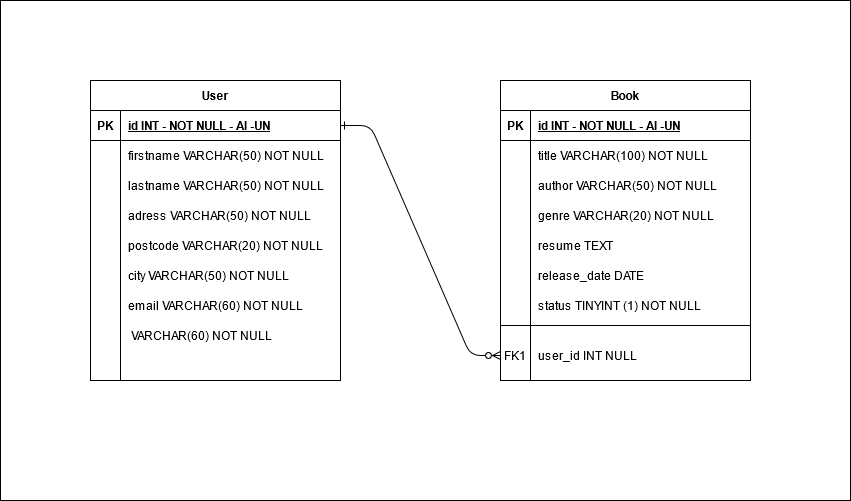
AxelJarni/PageTurn keeps this draw.io diagram as doc/PageTurnSQLDiagram.png. Above is the earlier version. Source tidied: cells renumbered, new cells last; positions are measured from the earlier drawing's top-left corner, leaving out a move shared by most shapes. The source it was exported from:
```xml
<mxGraphModel>
  <root>
    <mxCell id="0" />
    <mxCell id="1" parent="0" />
    <mxCell id="2" style="rounded=0;whiteSpace=wrap;html=1;strokeWidth=1;" parent="1" vertex="1">
      <mxGeometry width="850" height="500" as="geometry" />
    </mxCell>
    <mxCell id="3" style="edgeStyle=entityRelationEdgeStyle;endArrow=ERzeroToMany;startArrow=ERone;endFill=1;startFill=0;" parent="1" edge="1" source="33" target="29">
      <mxGeometry relative="1" as="geometry" />
    </mxCell>
    <mxCell id="4" value="Book" style="shape=table;startSize=30;rowLines=0;fontStyle=1;align=center;" parent="1" vertex="1">
      <mxGeometry x="500" y="80" width="250" height="300" as="geometry" />
    </mxCell>
    <mxCell id="5" style="shape=partialRectangle;fillColor=none;top=0;left=0;right=0;bottom=1;" parent="4" vertex="1">
      <mxGeometry y="30" width="250" height="30" as="geometry" />
    </mxCell>
    <mxCell id="6" value="PK" style="shape=partialRectangle;overflow=hidden;fillColor=none;top=0;left=0;bottom=0;right=0;fontStyle=1;" parent="5" vertex="1">
      <mxGeometry width="30" height="30" as="geometry" />
    </mxCell>
    <mxCell id="7" value="id INT - NOT NULL - AI -UN" style="shape=partialRectangle;overflow=hidden;fillColor=none;top=0;left=0;bottom=0;right=0;align=left;spacingLeft=6;fontStyle=5;" parent="5" vertex="1">
      <mxGeometry x="30" width="220" height="30" as="geometry" />
    </mxCell>
    <mxCell id="8" style="shape=partialRectangle;fillColor=none;top=0;left=0;right=0;bottom=0;" parent="4" vertex="1">
      <mxGeometry y="60" width="250" height="30" as="geometry" />
    </mxCell>
    <mxCell id="9" style="shape=partialRectangle;overflow=hidden;fillColor=none;top=0;left=0;bottom=0;right=0;" parent="8" vertex="1">
      <mxGeometry width="30" height="30" as="geometry" />
    </mxCell>
    <mxCell id="10" value="title VARCHAR(100) NOT NULL" style="shape=partialRectangle;overflow=hidden;fillColor=none;top=0;left=0;bottom=0;right=0;align=left;spacingLeft=6;" parent="8" vertex="1">
      <mxGeometry x="30" width="220" height="30" as="geometry" />
    </mxCell>
    <mxCell id="11" style="shape=partialRectangle;fillColor=none;top=0;left=0;right=0;bottom=0;" parent="4" vertex="1">
      <mxGeometry y="90" width="250" height="30" as="geometry" />
    </mxCell>
    <mxCell id="12" style="shape=partialRectangle;overflow=hidden;fillColor=none;top=0;left=0;bottom=0;right=0;" parent="11" vertex="1">
      <mxGeometry width="30" height="30" as="geometry" />
    </mxCell>
    <mxCell id="13" value="author VARCHAR(50) NOT NULL" style="shape=partialRectangle;overflow=hidden;fillColor=none;top=0;left=0;bottom=0;right=0;align=left;spacingLeft=6;" parent="11" vertex="1">
      <mxGeometry x="30" width="220" height="30" as="geometry" />
    </mxCell>
    <mxCell id="14" style="shape=partialRectangle;fillColor=none;top=0;left=0;right=0;bottom=0;" parent="4" vertex="1">
      <mxGeometry y="120" width="250" height="30" as="geometry" />
    </mxCell>
    <mxCell id="15" style="shape=partialRectangle;overflow=hidden;fillColor=none;top=0;left=0;bottom=0;right=0;" parent="14" vertex="1">
      <mxGeometry width="30" height="30" as="geometry" />
    </mxCell>
    <mxCell id="16" value="genre VARCHAR(20) NOT NULL" style="shape=partialRectangle;overflow=hidden;fillColor=none;top=0;left=0;bottom=0;right=0;align=left;spacingLeft=6;" parent="14" vertex="1">
      <mxGeometry x="30" width="220" height="30" as="geometry" />
    </mxCell>
    <mxCell id="17" style="shape=partialRectangle;fillColor=none;top=0;left=0;right=0;bottom=0;" parent="4" vertex="1">
      <mxGeometry y="150" width="250" height="30" as="geometry" />
    </mxCell>
    <mxCell id="18" style="shape=partialRectangle;overflow=hidden;fillColor=none;top=0;left=0;bottom=0;right=0;" parent="17" vertex="1">
      <mxGeometry width="30" height="30" as="geometry" />
    </mxCell>
    <mxCell id="19" value="resume TEXT" style="shape=partialRectangle;overflow=hidden;fillColor=none;top=0;left=0;bottom=0;right=0;align=left;spacingLeft=6;" parent="17" vertex="1">
      <mxGeometry x="30" width="220" height="30" as="geometry" />
    </mxCell>
    <mxCell id="20" style="shape=partialRectangle;fillColor=none;top=0;left=0;right=0;bottom=0;" parent="4" vertex="1">
      <mxGeometry y="180" width="250" height="30" as="geometry" />
    </mxCell>
    <mxCell id="21" style="shape=partialRectangle;overflow=hidden;fillColor=none;top=0;left=0;bottom=0;right=0;" parent="20" vertex="1">
      <mxGeometry width="30" height="30" as="geometry" />
    </mxCell>
    <mxCell id="22" value="release_date DATE" style="shape=partialRectangle;overflow=hidden;fillColor=none;top=0;left=0;bottom=0;right=0;align=left;spacingLeft=6;" parent="20" vertex="1">
      <mxGeometry x="30" width="220" height="30" as="geometry" />
    </mxCell>
    <mxCell id="23" style="shape=partialRectangle;fillColor=none;top=0;left=0;right=0;bottom=0;" parent="4" vertex="1">
      <mxGeometry y="210" width="250" height="30" as="geometry" />
    </mxCell>
    <mxCell id="24" style="shape=partialRectangle;overflow=hidden;fillColor=none;top=0;left=0;bottom=0;right=0;" parent="23" vertex="1">
      <mxGeometry width="30" height="30" as="geometry" />
    </mxCell>
    <mxCell id="25" value="status TINYINT (1) NOT NULL" style="shape=partialRectangle;overflow=hidden;fillColor=none;top=0;left=0;bottom=0;right=0;align=left;spacingLeft=6;" parent="23" vertex="1">
      <mxGeometry x="30" width="220" height="30" as="geometry" />
    </mxCell>
    <mxCell id="26" style="shape=partialRectangle;fillColor=none;top=0;left=0;right=0;bottom=0;" parent="4" vertex="1">
      <mxGeometry y="240" width="250" height="20" as="geometry" />
    </mxCell>
    <mxCell id="27" style="shape=partialRectangle;overflow=hidden;fillColor=none;top=0;left=0;bottom=0;right=0;" parent="26" vertex="1">
      <mxGeometry width="30" height="20" as="geometry" />
    </mxCell>
    <mxCell id="28" style="shape=partialRectangle;overflow=hidden;fillColor=none;top=0;left=0;bottom=0;right=0;align=left;spacingLeft=6;" parent="26" vertex="1">
      <mxGeometry x="30" width="220" height="20" as="geometry" />
    </mxCell>
    <mxCell id="29" style="shape=partialRectangle;fillColor=none;points=[[0,0.5],[1,0.5]];portConstraint=eastwest;top=0;left=0;right=0;bottom=0;" parent="4" vertex="1">
      <mxGeometry y="260" width="250" height="30" as="geometry" />
    </mxCell>
    <mxCell id="30" value="FK1" style="shape=partialRectangle;overflow=hidden;fillColor=none;top=0;left=0;bottom=0;right=0;" parent="29" vertex="1">
      <mxGeometry width="30" height="30" as="geometry" />
    </mxCell>
    <mxCell id="31" value="user_id INT NULL" style="shape=partialRectangle;overflow=hidden;fillColor=none;top=0;left=0;bottom=0;right=0;align=left;spacingLeft=6;" parent="29" vertex="1">
      <mxGeometry x="30" width="220" height="30" as="geometry" />
    </mxCell>
    <mxCell id="32" value="User" style="shape=table;startSize=30;rowLines=0;fontStyle=1;align=center;" parent="1" vertex="1">
      <mxGeometry x="90" y="80" width="250" height="300" as="geometry" />
    </mxCell>
    <mxCell id="33" style="shape=partialRectangle;fillColor=none;points=[[0,0.5],[1,0.5]];portConstraint=eastwest;top=0;left=0;right=0;bottom=1;" parent="32" vertex="1">
      <mxGeometry y="30" width="250" height="30" as="geometry" />
    </mxCell>
    <mxCell id="34" value="PK" style="shape=partialRectangle;overflow=hidden;fillColor=none;top=0;left=0;bottom=0;right=0;fontStyle=1;" parent="33" vertex="1">
      <mxGeometry width="30" height="30" as="geometry" />
    </mxCell>
    <mxCell id="35" value="id INT - NOT NULL - AI -UN" style="shape=partialRectangle;overflow=hidden;fillColor=none;top=0;left=0;bottom=0;right=0;align=left;spacingLeft=6;fontStyle=5;" parent="33" vertex="1">
      <mxGeometry x="30" width="220" height="30" as="geometry" />
    </mxCell>
    <mxCell id="36" style="shape=partialRectangle;fillColor=none;top=0;left=0;right=0;bottom=0;" parent="32" vertex="1">
      <mxGeometry y="60" width="250" height="30" as="geometry" />
    </mxCell>
    <mxCell id="37" style="shape=partialRectangle;overflow=hidden;fillColor=none;top=0;left=0;bottom=0;right=0;" parent="36" vertex="1">
      <mxGeometry width="30" height="30" as="geometry" />
    </mxCell>
    <mxCell id="38" value="firstname VARCHAR(50) NOT NULL" style="shape=partialRectangle;overflow=hidden;fillColor=none;top=0;left=0;bottom=0;right=0;align=left;spacingLeft=6;" parent="36" vertex="1">
      <mxGeometry x="30" width="220" height="30" as="geometry" />
    </mxCell>
    <mxCell id="39" style="shape=partialRectangle;fillColor=none;top=0;left=0;right=0;bottom=0;" parent="32" vertex="1">
      <mxGeometry y="90" width="250" height="30" as="geometry" />
    </mxCell>
    <mxCell id="40" style="shape=partialRectangle;overflow=hidden;fillColor=none;top=0;left=0;bottom=0;right=0;" parent="39" vertex="1">
      <mxGeometry width="30" height="30" as="geometry" />
    </mxCell>
    <mxCell id="41" value="lastname VARCHAR(50) NOT NULL" style="shape=partialRectangle;overflow=hidden;fillColor=none;top=0;left=0;bottom=0;right=0;align=left;spacingLeft=6;" parent="39" vertex="1">
      <mxGeometry x="30" width="220" height="30" as="geometry" />
    </mxCell>
    <mxCell id="42" style="shape=partialRectangle;fillColor=none;top=0;left=0;right=0;bottom=0;" parent="32" vertex="1">
      <mxGeometry y="120" width="250" height="30" as="geometry" />
    </mxCell>
    <mxCell id="43" style="shape=partialRectangle;overflow=hidden;fillColor=none;top=0;left=0;bottom=0;right=0;" parent="42" vertex="1">
      <mxGeometry width="30" height="30" as="geometry" />
    </mxCell>
    <mxCell id="44" value="adress VARCHAR(50) NOT NULL" style="shape=partialRectangle;overflow=hidden;fillColor=none;top=0;left=0;bottom=0;right=0;align=left;spacingLeft=6;" parent="42" vertex="1">
      <mxGeometry x="30" width="220" height="30" as="geometry" />
    </mxCell>
    <mxCell id="45" style="shape=partialRectangle;fillColor=none;top=0;left=0;right=0;bottom=0;" parent="32" vertex="1">
      <mxGeometry y="150" width="250" height="30" as="geometry" />
    </mxCell>
    <mxCell id="46" style="shape=partialRectangle;overflow=hidden;fillColor=none;top=0;left=0;bottom=0;right=0;" parent="45" vertex="1">
      <mxGeometry width="30" height="30" as="geometry" />
    </mxCell>
    <mxCell id="47" value="postcode VARCHAR(20) NOT NULL" style="shape=partialRectangle;overflow=hidden;fillColor=none;top=0;left=0;bottom=0;right=0;align=left;spacingLeft=6;" parent="45" vertex="1">
      <mxGeometry x="30" width="220" height="30" as="geometry" />
    </mxCell>
    <mxCell id="48" style="shape=partialRectangle;fillColor=none;top=0;left=0;right=0;bottom=0;" parent="32" vertex="1">
      <mxGeometry y="180" width="250" height="30" as="geometry" />
    </mxCell>
    <mxCell id="49" style="shape=partialRectangle;overflow=hidden;fillColor=none;top=0;left=0;bottom=0;right=0;" parent="48" vertex="1">
      <mxGeometry width="30" height="30" as="geometry" />
    </mxCell>
    <mxCell id="50" value="city VARCHAR(50) NOT NULL" style="shape=partialRectangle;overflow=hidden;fillColor=none;top=0;left=0;bottom=0;right=0;align=left;spacingLeft=6;" parent="48" vertex="1">
      <mxGeometry x="30" width="220" height="30" as="geometry" />
    </mxCell>
    <mxCell id="51" style="shape=partialRectangle;fillColor=none;top=0;left=0;right=0;bottom=0;" parent="32" vertex="1">
      <mxGeometry y="210" width="250" height="30" as="geometry" />
    </mxCell>
    <mxCell id="52" style="shape=partialRectangle;overflow=hidden;fillColor=none;top=0;left=0;bottom=0;right=0;" parent="51" vertex="1">
      <mxGeometry width="30" height="30" as="geometry" />
    </mxCell>
    <mxCell id="53" value="email VARCHAR(60) NOT NULL" style="shape=partialRectangle;overflow=hidden;fillColor=none;top=0;left=0;bottom=0;right=0;align=left;spacingLeft=6;" parent="51" vertex="1">
      <mxGeometry x="30" width="220" height="30" as="geometry" />
    </mxCell>
    <mxCell id="54" style="shape=partialRectangle;fillColor=none;top=0;left=0;right=0;bottom=0;" parent="32" vertex="1">
      <mxGeometry y="240" width="250" height="30" as="geometry" />
    </mxCell>
    <mxCell id="55" style="shape=partialRectangle;overflow=hidden;fillColor=none;top=0;left=0;bottom=0;right=0;" parent="54" vertex="1">
      <mxGeometry width="30" height="30" as="geometry" />
    </mxCell>
    <mxCell id="56" value=" VARCHAR(60) NOT NULL" style="shape=partialRectangle;overflow=hidden;fillColor=none;top=0;left=0;bottom=0;right=0;align=left;spacingLeft=6;" parent="54" vertex="1">
      <mxGeometry x="30" width="220" height="30" as="geometry" />
    </mxCell>
    <mxCell id="57" style="line;strokeWidth=1;html=1;" parent="1" vertex="1">
      <mxGeometry x="500" y="320" width="250" height="10" as="geometry" />
    </mxCell>
  </root>
</mxGraphModel>
```
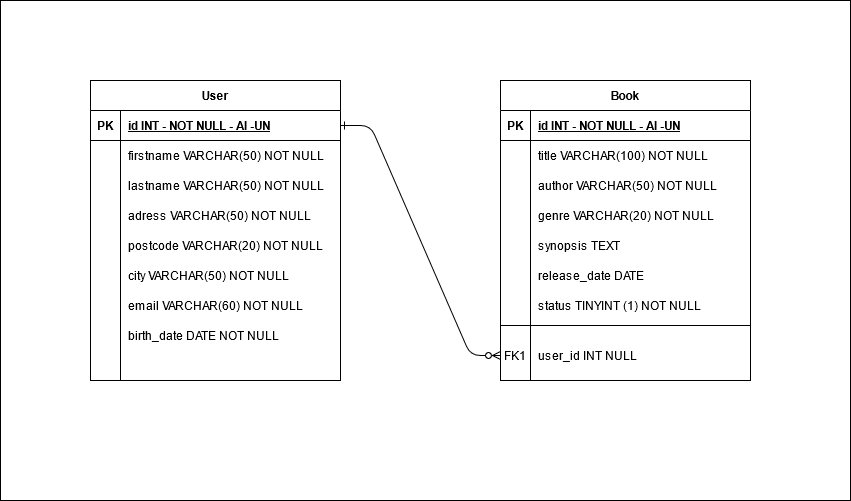
The same diagram one commit later.

Change to the diagram source:
```diff
@@ -53,7 +53,7 @@
     <mxCell id="18" style="shape=partialRectangle;overflow=hidden;fillColor=none;top=0;left=0;bottom=0;right=0;" parent="17" vertex="1">
       <mxGeometry width="30" height="30" as="geometry" />
     </mxCell>
-    <mxCell id="19" value="resume TEXT" style="shape=partialRectangle;overflow=hidden;fillColor=none;top=0;left=0;bottom=0;right=0;align=left;spacingLeft=6;" parent="17" vertex="1">
+    <mxCell id="19" value="synopsis TEXT" style="shape=partialRectangle;overflow=hidden;fillColor=none;top=0;left=0;bottom=0;right=0;align=left;spacingLeft=6;" parent="17" vertex="1">
       <mxGeometry x="30" width="220" height="30" as="geometry" />
     </mxCell>
     <mxCell id="20" style="shape=partialRectangle;fillColor=none;top=0;left=0;right=0;bottom=0;" parent="4" vertex="1">
@@ -164,7 +164,7 @@
     <mxCell id="55" style="shape=partialRectangle;overflow=hidden;fillColor=none;top=0;left=0;bottom=0;right=0;" parent="54" vertex="1">
       <mxGeometry width="30" height="30" as="geometry" />
     </mxCell>
-    <mxCell id="56" value=" VARCHAR(60) NOT NULL" style="shape=partialRectangle;overflow=hidden;fillColor=none;top=0;left=0;bottom=0;right=0;align=left;spacingLeft=6;" parent="54" vertex="1">
+    <mxCell id="56" value="birth_date DATE NOT NULL" style="shape=partialRectangle;overflow=hidden;fillColor=none;top=0;left=0;bottom=0;right=0;align=left;spacingLeft=6;" parent="54" vertex="1">
       <mxGeometry x="30" width="220" height="30" as="geometry" />
     </mxCell>
     <mxCell id="57" style="line;strokeWidth=1;html=1;" parent="1" vertex="1">
```
